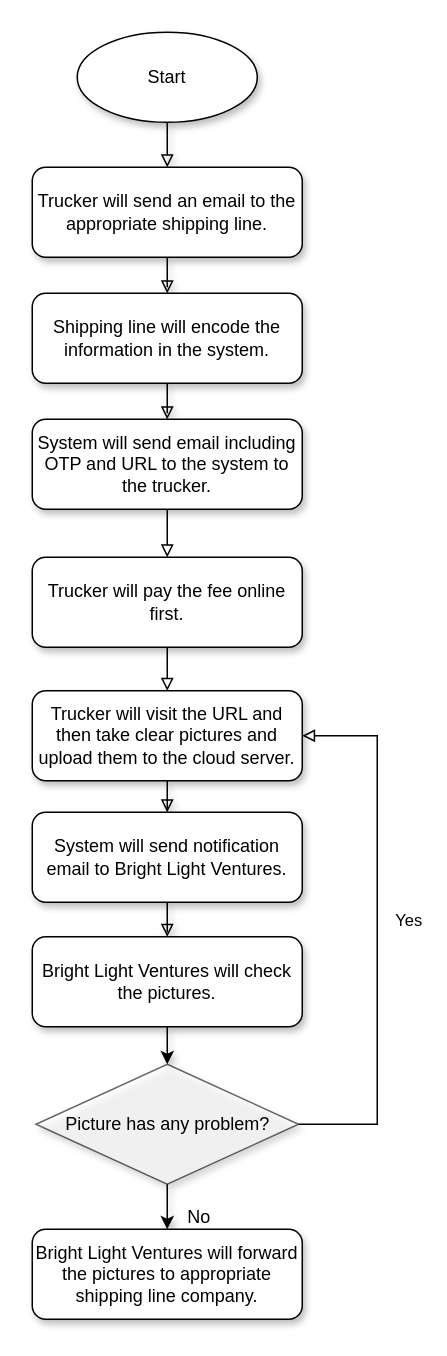
Above: Untitled Diagram.drawio in dev20220810/bright-light-ventures-ph-documentation (draw.io), before the change. Source tidied: cells renumbered, new cells numbered last; positions are measured from the earlier drawing's top-left corner, leaving out a move shared by most shapes. Both pictures are drawn from the tidied source at 150%, with x=0, y=0 at pixel (32, 32).
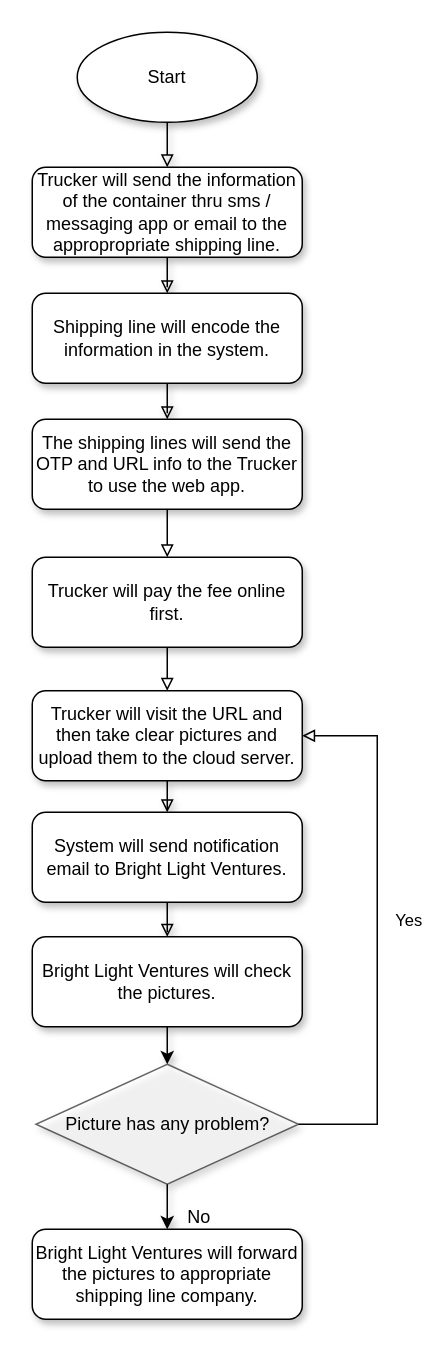
After the change.

Diff of the diagram source:
```diff
@@
-    <mxCell id="5" value="Trucker will send an email to the appropriate shipping line." style="whiteSpace=wrap;html=1;rounded=1;shadow=1;glass=0;sketch=0;" parent="1" vertex="1">
+    <mxCell id="5" value="Trucker will send the information of the container thru sms / messaging app or email to the appropropriate shipping line." style="whiteSpace=wrap;html=1;rounded=1;shadow=1;glass=0;sketch=0;" parent="1" vertex="1">
       <mxGeometry y="90" width="180" height="60" as="geometry" />
     </mxCell>
@@
-    <mxCell id="9" value="System will send email including OTP and URL to the system to the trucker." style="whiteSpace=wrap;html=1;shadow=1;rounded=1;" parent="1" vertex="1">
+    <mxCell id="9" value="The shipping lines will send the OTP and URL info to the Trucker to use the web app." style="whiteSpace=wrap;html=1;shadow=1;rounded=1;" parent="1" vertex="1">
       <mxGeometry y="258" width="180" height="60" as="geometry" />
     </mxCell>
```
